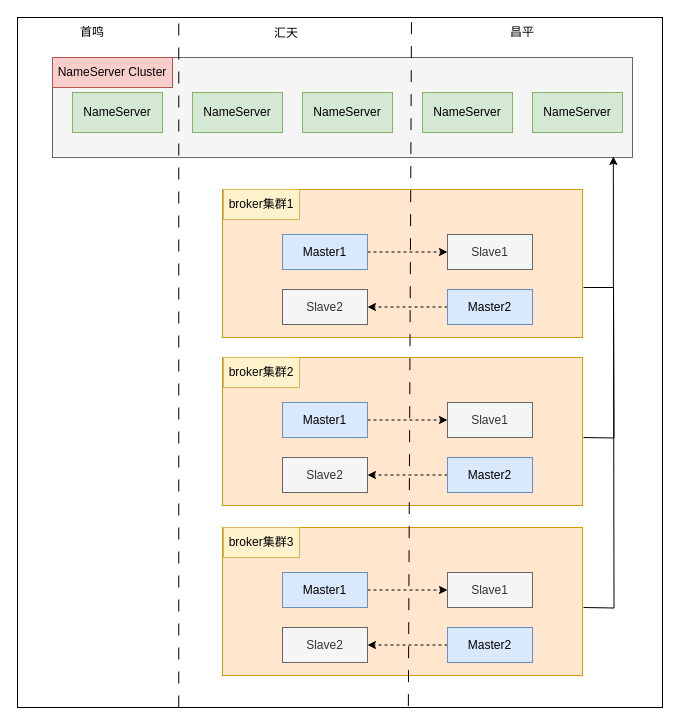
The draw.io diagram RMQ.drawio in qiangyin/zipkin-server, before the edit. Source tidied: cells renumbered, new cells numbered last; positions are measured from the earlier drawing's top-left corner, leaving out a move shared by most shapes. Both pictures are drawn from the tidied source at 100%, with x=0, y=0 at pixel (17, 17).
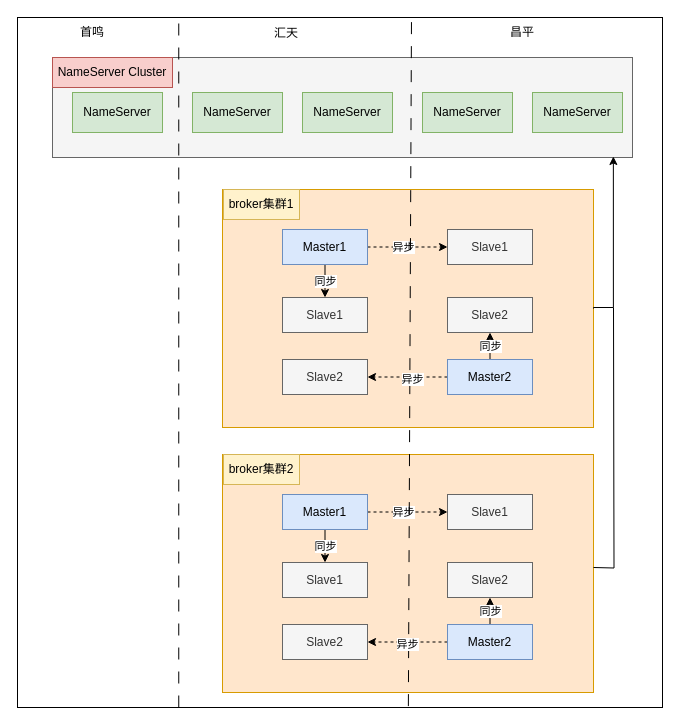
The same page after the edit.

Unchanged cells that the change refers to:
```xml
<mxCell id="6" style="rounded=0;whiteSpace=wrap;html=1;fillColor=#f5f5f5;fontColor=#333333;strokeColor=#666666;" parent="1" vertex="1">
  <mxGeometry x="35" y="40" width="580" height="100" as="geometry" />
</mxCell>
<mxCell id="14" style="edgeStyle=orthogonalEdgeStyle;rounded=0;jettySize=auto;html=1;exitX=1;exitY=0.5;exitDx=0;exitDy=0;entryX=0;entryY=0.5;entryDx=0;entryDy=0;dashed=1;" parent="1" edge="1" source="15" target="16">
  <mxGeometry relative="1" as="geometry" />
</mxCell>
<mxCell id="38" style="endArrow=none;dashed=1;html=1;rounded=0;dashPattern=12 12;exitX=0.606;exitY=0.998;exitDx=0;exitDy=0;exitPerimeter=0;" parent="1" edge="1" source="2">
  <mxGeometry relative="1" as="geometry">
    <mxPoint x="394" as="targetPoint" />
  </mxGeometry>
</mxCell>
```

Diff of the diagram source:
```diff
@@
     <mxCell id="13" style="rounded=0;whiteSpace=wrap;html=1;fillColor=#ffe6cc;strokeColor=#d79b00;" parent="1" vertex="1">
-      <mxGeometry x="205" y="172" width="360" height="148" as="geometry" />
+      <mxGeometry x="205" y="172" width="371" height="238" as="geometry" />
     </mxCell>
@@
+    <mxCell id="42" value="异步" style="edgeLabel;html=1;align=center;verticalAlign=middle;" parent="14" vertex="1">
+      <mxGeometry x="-0.12" y="1" relative="1" as="geometry">
+        <mxPoint y="1" as="offset" />
+      </mxGeometry>
+    </mxCell>
+    <mxCell id="43" value="同步" style="edgeStyle=orthogonalEdgeStyle;rounded=0;jettySize=auto;html=1;exitX=0.5;exitY=1;exitDx=0;exitDy=0;entryX=0.5;entryY=0;entryDx=0;entryDy=0;" parent="1" edge="1" source="15" target="46">
+      <mxGeometry relative="1" as="geometry" />
+    </mxCell>
     <mxCell id="15" value="Master1" style="rounded=0;whiteSpace=wrap;html=1;fillColor=#dae8fc;strokeColor=#6c8ebf;" parent="1" vertex="1">
-      <mxGeometry x="265" y="217" width="85" height="35" as="geometry" />
+      <mxGeometry x="265" y="212" width="85" height="35" as="geometry" />
     </mxCell>
     <mxCell id="16" value="Slave1" style="rounded=0;whiteSpace=wrap;html=1;fillColor=#f5f5f5;strokeColor=#666666;fontColor=#333333;" parent="1" vertex="1">
-      <mxGeometry x="430" y="217" width="85" height="35" as="geometry" />
+      <mxGeometry x="430" y="212" width="85" height="35" as="geometry" />
     </mxCell>
     <mxCell id="17" value="Slave2" style="rounded=0;whiteSpace=wrap;html=1;fillColor=#f5f5f5;fontColor=#333333;strokeColor=#666666;" parent="1" vertex="1">
-      <mxGeometry x="265" y="272" width="85" height="35" as="geometry" />
+      <mxGeometry x="265" y="342" width="85" height="35" as="geometry" />
     </mxCell>
@@
+    <mxCell id="44" style="edgeStyle=orthogonalEdgeStyle;rounded=0;jettySize=auto;html=1;exitX=0.5;exitY=0;exitDx=0;exitDy=0;entryX=0.5;entryY=1;entryDx=0;entryDy=0;" parent="1" edge="1" source="19" target="47">
+      <mxGeometry relative="1" as="geometry" />
+    </mxCell>
+    <mxCell id="45" value="同步" style="edgeLabel;html=1;align=center;verticalAlign=middle;" parent="44" vertex="1">
+      <mxGeometry x="0.04" y="1" relative="1" as="geometry">
+        <mxPoint x="1" as="offset" />
+      </mxGeometry>
+    </mxCell>
     <mxCell id="19" value="Master2" style="rounded=0;whiteSpace=wrap;html=1;fillColor=#dae8fc;strokeColor=#6c8ebf;" parent="1" vertex="1">
-      <mxGeometry x="430" y="272" width="85" height="35" as="geometry" />
+      <mxGeometry x="430" y="342" width="85" height="35" as="geometry" />
     </mxCell>
@@
-    <mxCell id="22" style="rounded=0;whiteSpace=wrap;html=1;fillColor=#ffe6cc;strokeColor=#d79b00;" parent="1" vertex="1">
-      <mxGeometry x="205" y="340" width="360" height="148" as="geometry" />
-    </mxCell>
-    <mxCell id="23" style="edgeStyle=orthogonalEdgeStyle;rounded=0;jettySize=auto;html=1;exitX=1;exitY=0.5;exitDx=0;exitDy=0;entryX=0;entryY=0.5;entryDx=0;entryDy=0;dashed=1;" parent="1" edge="1" source="24" target="25">
-      <mxGeometry relative="1" as="geometry" />
-    </mxCell>
-    <mxCell id="24" value="Master1" style="rounded=0;whiteSpace=wrap;html=1;fillColor=#dae8fc;strokeColor=#6c8ebf;" parent="1" vertex="1">
-      <mxGeometry x="265" y="385" width="85" height="35" as="geometry" />
-    </mxCell>
-    <mxCell id="25" value="Slave1" style="rounded=0;whiteSpace=wrap;html=1;fillColor=#f5f5f5;strokeColor=#666666;fontColor=#333333;" parent="1" vertex="1">
-      <mxGeometry x="430" y="385" width="85" height="35" as="geometry" />
-    </mxCell>
-    <mxCell id="26" value="Slave2" style="rounded=0;whiteSpace=wrap;html=1;fillColor=#f5f5f5;fontColor=#333333;strokeColor=#666666;" parent="1" vertex="1">
-      <mxGeometry x="265" y="440" width="85" height="35" as="geometry" />
-    </mxCell>
-    <mxCell id="27" style="edgeStyle=orthogonalEdgeStyle;rounded=0;jettySize=auto;html=1;dashed=1;" parent="1" edge="1" source="28" target="26">
-      <mxGeometry relative="1" as="geometry" />
-    </mxCell>
-    <mxCell id="28" value="Master2" style="rounded=0;whiteSpace=wrap;html=1;fillColor=#dae8fc;strokeColor=#6c8ebf;" parent="1" vertex="1">
-      <mxGeometry x="430" y="440" width="85" height="35" as="geometry" />
-    </mxCell>
+    <mxCell id="39" style="endArrow=classic;html=1;rounded=0;entryX=0.967;entryY=0.99;entryDx=0;entryDy=0;entryPerimeter=0;edgeStyle=orthogonalEdgeStyle;exitX=1;exitY=0.5;exitDx=0;exitDy=0;" parent="1" edge="1" source="13" target="6">
+      <mxGeometry relative="1" as="geometry">
+        <Array as="points">
+          <mxPoint x="576" y="290" />
+          <mxPoint x="596" y="290" />
+        </Array>
+      </mxGeometry>
+    </mxCell>
+    <mxCell id="46" value="Slave1" style="rounded=0;whiteSpace=wrap;html=1;fillColor=#f5f5f5;strokeColor=#666666;fontColor=#333333;" parent="1" vertex="1">
+      <mxGeometry x="265" y="280" width="85" height="35" as="geometry" />
+    </mxCell>
+    <mxCell id="47" value="Slave2" style="rounded=0;whiteSpace=wrap;html=1;fillColor=#f5f5f5;strokeColor=#666666;fontColor=#333333;" parent="1" vertex="1">
+      <mxGeometry x="430" y="280" width="85" height="35" as="geometry" />
+    </mxCell>
+    <mxCell id="48" style="rounded=0;whiteSpace=wrap;html=1;fillColor=#ffe6cc;strokeColor=#d79b00;" parent="1" vertex="1">
+      <mxGeometry x="205" y="437" width="371" height="238" as="geometry" />
+    </mxCell>
+    <mxCell id="49" style="edgeStyle=orthogonalEdgeStyle;rounded=0;jettySize=auto;html=1;exitX=1;exitY=0.5;exitDx=0;exitDy=0;entryX=0;entryY=0.5;entryDx=0;entryDy=0;dashed=1;" parent="1" edge="1" source="52" target="53">
+      <mxGeometry relative="1" as="geometry" />
+    </mxCell>
+    <mxCell id="50" value="异步" style="edgeLabel;html=1;align=center;verticalAlign=middle;" parent="49" vertex="1">
+      <mxGeometry x="-0.12" y="1" relative="1" as="geometry">
+        <mxPoint y="1" as="offset" />
+      </mxGeometry>
+    </mxCell>
+    <mxCell id="51" value="同步" style="edgeStyle=orthogonalEdgeStyle;rounded=0;jettySize=auto;html=1;exitX=0.5;exitY=1;exitDx=0;exitDy=0;entryX=0.5;entryY=0;entryDx=0;entryDy=0;" parent="1" edge="1" source="52" target="59">
+      <mxGeometry relative="1" as="geometry" />
+    </mxCell>
+    <mxCell id="52" value="Master1" style="rounded=0;whiteSpace=wrap;html=1;fillColor=#dae8fc;strokeColor=#6c8ebf;" parent="1" vertex="1">
+      <mxGeometry x="265" y="477" width="85" height="35" as="geometry" />
+    </mxCell>
+    <mxCell id="53" value="Slave1" style="rounded=0;whiteSpace=wrap;html=1;fillColor=#f5f5f5;strokeColor=#666666;fontColor=#333333;" parent="1" vertex="1">
+      <mxGeometry x="430" y="477" width="85" height="35" as="geometry" />
+    </mxCell>
+    <mxCell id="54" value="Slave2" style="rounded=0;whiteSpace=wrap;html=1;fillColor=#f5f5f5;fontColor=#333333;strokeColor=#666666;" parent="1" vertex="1">
+      <mxGeometry x="265" y="607" width="85" height="35" as="geometry" />
+    </mxCell>
+    <mxCell id="55" style="edgeStyle=orthogonalEdgeStyle;rounded=0;jettySize=auto;html=1;dashed=1;" parent="1" edge="1" source="58" target="54">
+      <mxGeometry relative="1" as="geometry" />
+    </mxCell>
+    <mxCell id="56" style="edgeStyle=orthogonalEdgeStyle;rounded=0;jettySize=auto;html=1;exitX=0.5;exitY=0;exitDx=0;exitDy=0;entryX=0.5;entryY=1;entryDx=0;entryDy=0;" parent="1" edge="1" source="58" target="60">
+      <mxGeometry relative="1" as="geometry" />
+    </mxCell>
+    <mxCell id="57" value="同步" style="edgeLabel;html=1;align=center;verticalAlign=middle;" parent="56" vertex="1">
+      <mxGeometry x="0.04" y="1" relative="1" as="geometry">
+        <mxPoint x="1" as="offset" />
+      </mxGeometry>
+    </mxCell>
+    <mxCell id="58" value="Master2" style="rounded=0;whiteSpace=wrap;html=1;fillColor=#dae8fc;strokeColor=#6c8ebf;" parent="1" vertex="1">
+      <mxGeometry x="430" y="607" width="85" height="35" as="geometry" />
+    </mxCell>
     <mxCell id="29" value="broker集群2" style="text;html=1;strokeColor=#d6b656;fillColor=#fff2cc;align=center;verticalAlign=middle;whiteSpace=wrap;rounded=0;" parent="1" vertex="1">
-      <mxGeometry x="206" y="340" width="76" height="30" as="geometry" />
+      <mxGeometry x="206" y="437" width="76" height="30" as="geometry" />
     </mxCell>
-    <mxCell id="30" style="rounded=0;whiteSpace=wrap;html=1;fillColor=#ffe6cc;strokeColor=#d79b00;" parent="1" vertex="1">
-      <mxGeometry x="205" y="510" width="360" height="148" as="geometry" />
-    </mxCell>
-    <mxCell id="31" style="edgeStyle=orthogonalEdgeStyle;rounded=0;jettySize=auto;html=1;exitX=1;exitY=0.5;exitDx=0;exitDy=0;entryX=0;entryY=0.5;entryDx=0;entryDy=0;dashed=1;" parent="1" edge="1" source="32" target="33">
-      <mxGeometry relative="1" as="geometry" />
-    </mxCell>
-    <mxCell id="32" value="Master1" style="rounded=0;whiteSpace=wrap;html=1;fillColor=#dae8fc;strokeColor=#6c8ebf;" parent="1" vertex="1">
-      <mxGeometry x="265" y="555" width="85" height="35" as="geometry" />
-    </mxCell>
-    <mxCell id="33" value="Slave1" style="rounded=0;whiteSpace=wrap;html=1;fillColor=#f5f5f5;strokeColor=#666666;fontColor=#333333;" parent="1" vertex="1">
-      <mxGeometry x="430" y="555" width="85" height="35" as="geometry" />
-    </mxCell>
-    <mxCell id="34" value="Slave2" style="rounded=0;whiteSpace=wrap;html=1;fillColor=#f5f5f5;fontColor=#333333;strokeColor=#666666;" parent="1" vertex="1">
-      <mxGeometry x="265" y="610" width="85" height="35" as="geometry" />
-    </mxCell>
-    <mxCell id="35" style="edgeStyle=orthogonalEdgeStyle;rounded=0;jettySize=auto;html=1;dashed=1;" parent="1" edge="1" source="36" target="34">
-      <mxGeometry relative="1" as="geometry" />
-    </mxCell>
-    <mxCell id="36" value="Master2" style="rounded=0;whiteSpace=wrap;html=1;fillColor=#dae8fc;strokeColor=#6c8ebf;" parent="1" vertex="1">
-      <mxGeometry x="430" y="610" width="85" height="35" as="geometry" />
-    </mxCell>
-    <mxCell id="37" value="broker集群3" style="text;html=1;strokeColor=#d6b656;fillColor=#fff2cc;align=center;verticalAlign=middle;whiteSpace=wrap;rounded=0;" parent="1" vertex="1">
-      <mxGeometry x="206" y="510" width="76" height="30" as="geometry" />
-    </mxCell>
+    <mxCell id="59" value="Slave1" style="rounded=0;whiteSpace=wrap;html=1;fillColor=#f5f5f5;strokeColor=#666666;fontColor=#333333;" parent="1" vertex="1">
+      <mxGeometry x="265" y="545" width="85" height="35" as="geometry" />
+    </mxCell>
+    <mxCell id="60" value="Slave2" style="rounded=0;whiteSpace=wrap;html=1;fillColor=#f5f5f5;strokeColor=#666666;fontColor=#333333;" parent="1" vertex="1">
+      <mxGeometry x="430" y="545" width="85" height="35" as="geometry" />
+    </mxCell>
@@
-    <mxCell id="39" style="endArrow=classic;html=1;rounded=0;entryX=0.967;entryY=0.99;entryDx=0;entryDy=0;entryPerimeter=0;edgeStyle=orthogonalEdgeStyle;" parent="1" edge="1" target="6">
-      <mxGeometry relative="1" as="geometry">
-        <mxPoint x="566" y="270" as="sourcePoint" />
-        <Array as="points">
-          <mxPoint x="596" y="270" />
-        </Array>
-      </mxGeometry>
-    </mxCell>
-    <mxCell id="40" style="endArrow=none;html=1;rounded=0;edgeStyle=orthogonalEdgeStyle;" parent="1" edge="1">
-      <mxGeometry relative="1" as="geometry">
-        <mxPoint x="566" y="590" as="sourcePoint" />
-        <mxPoint x="596" y="270" as="targetPoint" />
-      </mxGeometry>
-    </mxCell>
-    <mxCell id="41" style="endArrow=none;html=1;rounded=0;edgeStyle=orthogonalEdgeStyle;" parent="1" edge="1">
-      <mxGeometry relative="1" as="geometry">
-        <mxPoint x="566" y="420" as="sourcePoint" />
-        <mxPoint x="596" y="270" as="targetPoint" />
-      </mxGeometry>
-    </mxCell>
+    <mxCell id="61" value="异步" style="edgeLabel;html=1;align=center;verticalAlign=middle;" parent="38" vertex="1">
+      <mxGeometry x="-0.05" y="-2" relative="1" as="geometry" />
+    </mxCell>
+    <mxCell id="62" value="异步" style="edgeLabel;html=1;align=center;verticalAlign=middle;" parent="38" vertex="1">
+      <mxGeometry x="-0.82" y="2" relative="1" as="geometry" />
+    </mxCell>
+    <mxCell id="63" style="endArrow=none;html=1;rounded=0;edgeStyle=orthogonalEdgeStyle;" parent="1" edge="1">
+      <mxGeometry relative="1" as="geometry">
+        <mxPoint x="576" y="550" as="sourcePoint" />
+        <mxPoint x="596" y="290" as="targetPoint" />
+      </mxGeometry>
+    </mxCell>
```
